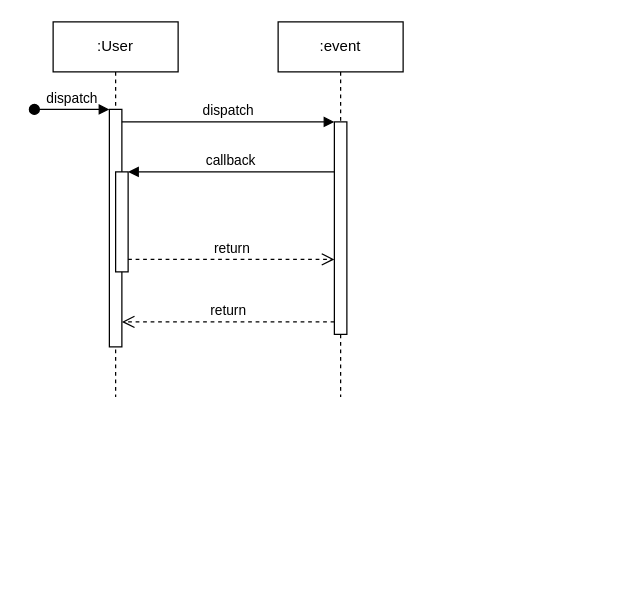
josura/HCI keeps this draw.io diagram as project/UMLsequenceDiagramJoinEvent.drawio. Above is the earlier version. Source tidied: cells renumbered, new cells numbered last; positions are measured from the earlier drawing's top-left corner, leaving out a move shared by most shapes. Both pictures are drawn from the tidied source at 125%, with x=0, y=0 at pixel (34, 21).
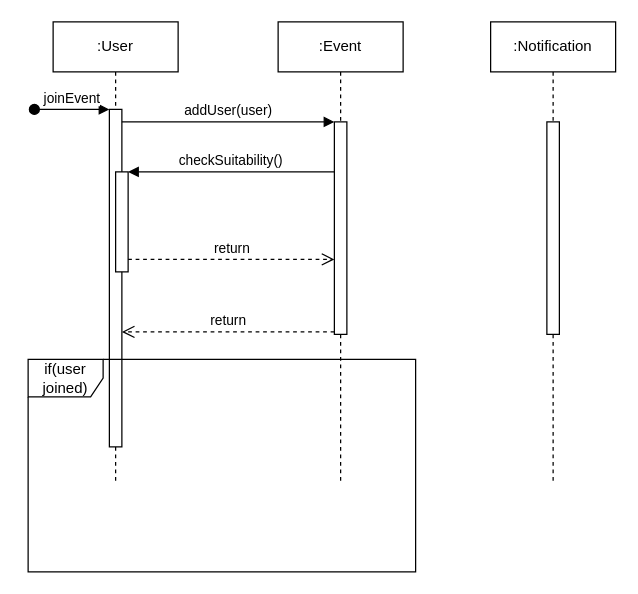
The same page after the edit.

Unchanged cells that the change refers to:
```xml
<mxCell id="5" style="html=1;points=[];perimeter=orthogonalPerimeter;outlineConnect=0;targetShapes=umlLifeline;portConstraint=eastwest;newEdgeStyle={&quot;edgeStyle&quot;:&quot;elbowEdgeStyle&quot;,&quot;elbow&quot;:&quot;vertical&quot;,&quot;curved&quot;:0,&quot;rounded&quot;:0};" parent="2" vertex="1">
  <mxGeometry x="50" y="120" width="10" height="80" as="geometry" />
</mxCell>
<mxCell id="7" style="html=1;points=[];perimeter=orthogonalPerimeter;outlineConnect=0;targetShapes=umlLifeline;portConstraint=eastwest;newEdgeStyle={&quot;edgeStyle&quot;:&quot;elbowEdgeStyle&quot;,&quot;elbow&quot;:&quot;vertical&quot;,&quot;curved&quot;:0,&quot;rounded&quot;:0};" parent="6" vertex="1">
  <mxGeometry x="45" y="80" width="10" height="170" as="geometry" />
</mxCell>
```

What changed in the source:
```diff
@@
     <mxCell id="2" value=":User" style="shape=umlLifeline;perimeter=lifelinePerimeter;whiteSpace=wrap;html=1;newEdgeStyle={&quot;edgeStyle&quot;:&quot;elbowEdgeStyle&quot;,&quot;elbow&quot;:&quot;vertical&quot;,&quot;curved&quot;:0,&quot;rounded&quot;:0};" parent="1" vertex="1">
-      <mxGeometry x="15" width="100" height="300" as="geometry" />
+      <mxGeometry x="15" width="100" height="370" as="geometry" />
     </mxCell>
     <mxCell id="3" style="html=1;points=[];perimeter=orthogonalPerimeter;outlineConnect=0;targetShapes=umlLifeline;portConstraint=eastwest;newEdgeStyle={&quot;edgeStyle&quot;:&quot;elbowEdgeStyle&quot;,&quot;elbow&quot;:&quot;vertical&quot;,&quot;curved&quot;:0,&quot;rounded&quot;:0};" parent="2" vertex="1">
-      <mxGeometry x="45" y="70" width="10" height="190" as="geometry" />
+      <mxGeometry x="45" y="70" width="10" height="270" as="geometry" />
     </mxCell>
-    <mxCell id="4" value="dispatch" style="html=1;verticalAlign=bottom;startArrow=oval;endArrow=block;startSize=8;edgeStyle=elbowEdgeStyle;elbow=vertical;curved=0;rounded=0;" parent="2" edge="1" target="3">
+    <mxCell id="4" value="joinEvent" style="html=1;verticalAlign=bottom;startArrow=oval;endArrow=block;startSize=8;edgeStyle=elbowEdgeStyle;elbow=vertical;curved=0;rounded=0;" parent="2" edge="1" target="3">
       <mxGeometry relative="1" as="geometry">
         <mxPoint x="-15" y="70" as="sourcePoint" />
       </mxGeometry>
     </mxCell>
@@
-    <mxCell id="6" value=":event" style="shape=umlLifeline;perimeter=lifelinePerimeter;whiteSpace=wrap;html=1;newEdgeStyle={&quot;edgeStyle&quot;:&quot;elbowEdgeStyle&quot;,&quot;elbow&quot;:&quot;vertical&quot;,&quot;curved&quot;:0,&quot;rounded&quot;:0};" parent="1" vertex="1">
-      <mxGeometry x="195" width="100" height="300" as="geometry" />
+    <mxCell id="6" value=":Event" style="shape=umlLifeline;perimeter=lifelinePerimeter;whiteSpace=wrap;html=1;newEdgeStyle={&quot;edgeStyle&quot;:&quot;elbowEdgeStyle&quot;,&quot;elbow&quot;:&quot;vertical&quot;,&quot;curved&quot;:0,&quot;rounded&quot;:0};" parent="1" vertex="1">
+      <mxGeometry x="195" width="100" height="370" as="geometry" />
     </mxCell>
@@
-    <mxCell id="8" value="dispatch" style="html=1;verticalAlign=bottom;endArrow=block;edgeStyle=elbowEdgeStyle;elbow=vertical;curved=0;rounded=0;" parent="1" edge="1" source="3" target="7">
+    <mxCell id="8" value="addUser(user)" style="html=1;verticalAlign=bottom;endArrow=block;edgeStyle=elbowEdgeStyle;elbow=vertical;curved=0;rounded=0;" parent="1" edge="1" source="3" target="7">
       <mxGeometry relative="1" as="geometry">
         <Array as="points">
           <mxPoint x="155" y="80" />
         </Array>
       </mxGeometry>
     </mxCell>
-    <mxCell id="9" value="return" style="html=1;verticalAlign=bottom;endArrow=open;dashed=1;endSize=8;edgeStyle=elbowEdgeStyle;elbow=vertical;curved=0;rounded=0;" parent="1" edge="1" source="7" target="3">
+    <mxCell id="9" value="return" style="html=1;verticalAlign=bottom;endArrow=open;dashed=1;endSize=8;edgeStyle=elbowEdgeStyle;elbow=vertical;curved=0;rounded=0;" parent="1" edge="1">
       <mxGeometry relative="1" as="geometry">
+        <mxPoint x="240" y="248" as="sourcePoint" />
+        <mxPoint x="70" y="248" as="targetPoint" />
         <Array as="points">
-          <mxPoint x="165" y="240" />
+          <mxPoint x="165" y="248" />
         </Array>
       </mxGeometry>
     </mxCell>
-    <mxCell id="10" value="callback" style="html=1;verticalAlign=bottom;endArrow=block;edgeStyle=elbowEdgeStyle;elbow=vertical;curved=0;rounded=0;" parent="1" edge="1" source="7" target="5">
+    <mxCell id="10" value="checkSuitability()" style="html=1;verticalAlign=bottom;endArrow=block;edgeStyle=elbowEdgeStyle;elbow=vertical;curved=0;rounded=0;" parent="1" edge="1" source="7" target="5">
       <mxGeometry relative="1" as="geometry">
         <Array as="points">
           <mxPoint x="165" y="120" />
         </Array>
       </mxGeometry>
     </mxCell>
@@
+    <mxCell id="12" value="if(user joined)" style="shape=umlFrame;whiteSpace=wrap;html=1;" parent="1" vertex="1">
+      <mxGeometry x="-5" y="270" width="310" height="170" as="geometry" />
+    </mxCell>
+    <mxCell id="13" value=":Notification" style="shape=umlLifeline;perimeter=lifelinePerimeter;whiteSpace=wrap;html=1;newEdgeStyle={&quot;edgeStyle&quot;:&quot;elbowEdgeStyle&quot;,&quot;elbow&quot;:&quot;vertical&quot;,&quot;curved&quot;:0,&quot;rounded&quot;:0};" parent="1" vertex="1">
+      <mxGeometry x="365" width="100" height="370" as="geometry" />
+    </mxCell>
+    <mxCell id="14" style="html=1;perimeter=orthogonalPerimeter;targetShapes=umlLifeline;newEdgeStyle={&quot;edgeStyle&quot;:&quot;elbowEdgeStyle&quot;,&quot;elbow&quot;:&quot;vertical&quot;,&quot;curved&quot;:0,&quot;rounded&quot;:0};" parent="13" vertex="1">
+      <mxGeometry x="45" y="80" width="10" height="170" as="geometry" />
+    </mxCell>
```
